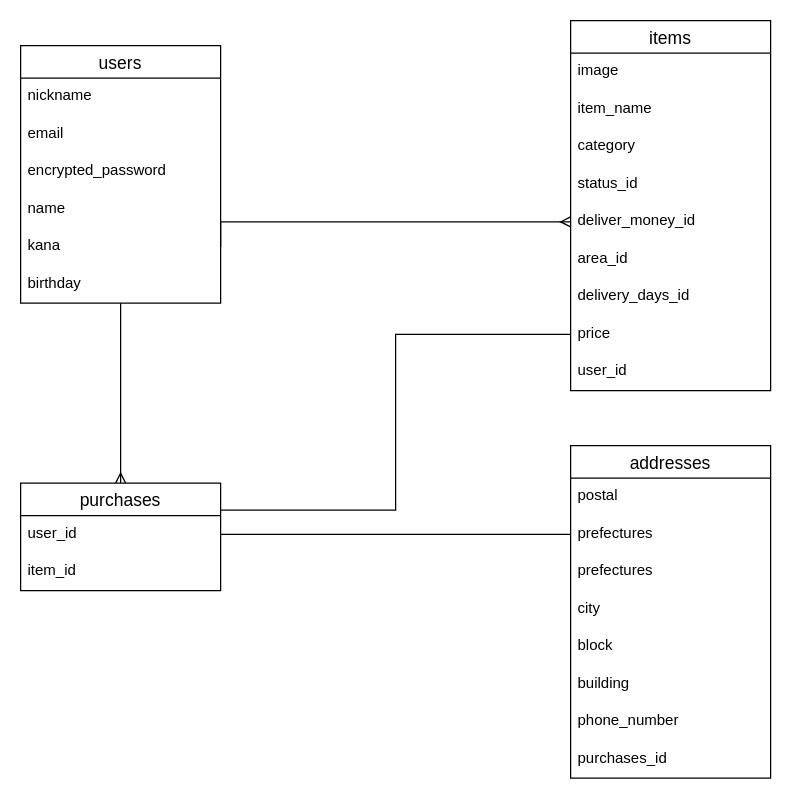
Cajugps/furima-32899 keeps this draw.io diagram as test.dio. Above is the earlier version. Source tidied: cells renumbered, new cells numbered last; positions are measured from the earlier drawing's top-left corner, leaving out a move shared by most shapes. Both pictures are drawn from the tidied source at 125%, with x=0, y=0 at pixel (20, 20).
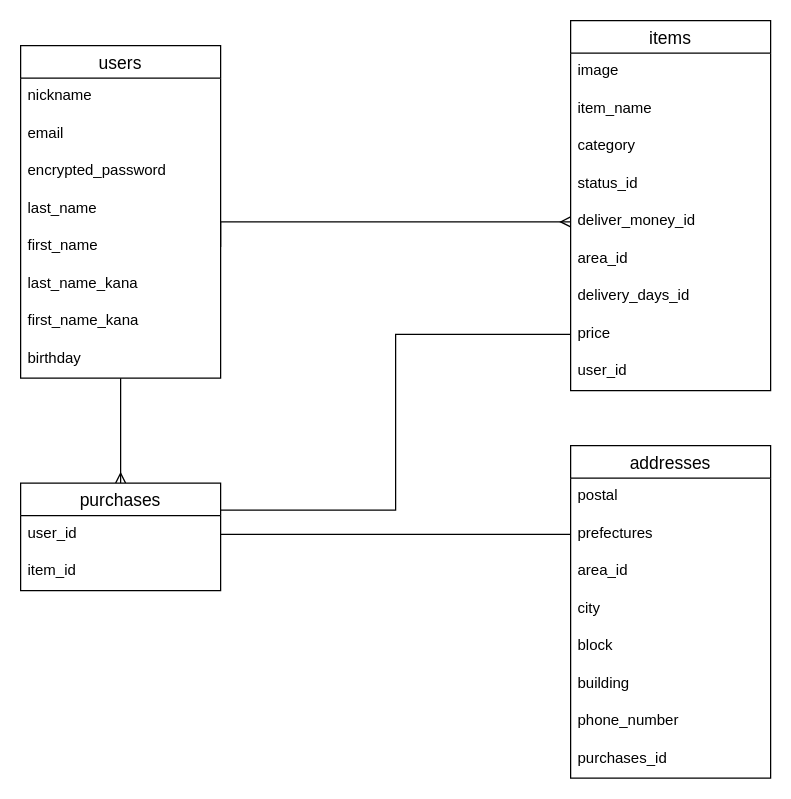
Above is the later version.

Commit message (it also covers changes not shown here):
テーブルの修正

Unchanged cells that the change refers to:
```xml
<mxCell id="23" value="addresses" style="swimlane;fontStyle=0;horizontal=1;startSize=26;align=center;fontSize=14;direction=east;" parent="1" vertex="1">
  <mxGeometry x="440" y="340" width="160" height="266" as="geometry" />
</mxCell>
```

Change to the diagram source:
```diff
@@
     <mxCell id="3" value="users" style="swimlane;fontStyle=0;horizontal=1;startSize=26;align=center;fontSize=14;direction=east;" parent="1" vertex="1">
-      <mxGeometry y="20" width="160" height="206" as="geometry" />
+      <mxGeometry y="20" width="160" height="266" as="geometry" />
     </mxCell>
@@
-    <mxCell id="7" value="name" style="text;strokeColor=none;fillColor=none;spacingLeft=4;spacingRight=4;overflow=hidden;fontSize=12;" parent="3" vertex="1">
+    <mxCell id="7" value="last_name  " style="text;strokeColor=none;fillColor=none;spacingLeft=4;spacingRight=4;overflow=hidden;fontSize=12;" parent="3" vertex="1">
       <mxGeometry y="116" width="160" height="30" as="geometry" />
     </mxCell>
-    <mxCell id="8" value="kana" style="text;strokeColor=none;fillColor=none;spacingLeft=4;spacingRight=4;overflow=hidden;points=[[0,0.5],[1,0.5]];portConstraint=eastwest;fontSize=12;" parent="3" vertex="1">
+    <mxCell id="8" value="first_name  " style="text;strokeColor=none;fillColor=none;spacingLeft=4;spacingRight=4;overflow=hidden;points=[[0,0.5],[1,0.5]];portConstraint=eastwest;fontSize=12;" parent="3" vertex="1">
       <mxGeometry y="146" width="160" height="30" as="geometry" />
     </mxCell>
+    <mxCell id="35" value="last_name_kana" style="text;strokeColor=none;fillColor=none;spacingLeft=4;spacingRight=4;overflow=hidden;fontSize=12;" parent="3" vertex="1">
+      <mxGeometry y="176" width="160" height="30" as="geometry" />
+    </mxCell>
+    <mxCell id="36" value="first_name_kana" style="text;strokeColor=none;fillColor=none;spacingLeft=4;spacingRight=4;overflow=hidden;fontSize=12;" parent="3" vertex="1">
+      <mxGeometry y="206" width="160" height="30" as="geometry" />
+    </mxCell>
     <mxCell id="9" value="birthday" style="text;strokeColor=none;fillColor=none;spacingLeft=4;spacingRight=4;overflow=hidden;fontSize=12;" parent="3" vertex="1">
-      <mxGeometry y="176" width="160" height="30" as="geometry" />
+      <mxGeometry y="236" width="160" height="30" as="geometry" />
     </mxCell>
@@
-    <mxCell id="26" value="prefectures" style="text;strokeColor=none;fillColor=none;spacingLeft=4;spacingRight=4;overflow=hidden;fontSize=12;" parent="23" vertex="1">
+    <mxCell id="26" value="area_id" style="text;strokeColor=none;fillColor=none;spacingLeft=4;spacingRight=4;overflow=hidden;fontSize=12;" parent="23" vertex="1">
       <mxGeometry y="86" width="160" height="30" as="geometry" />
     </mxCell>
```
